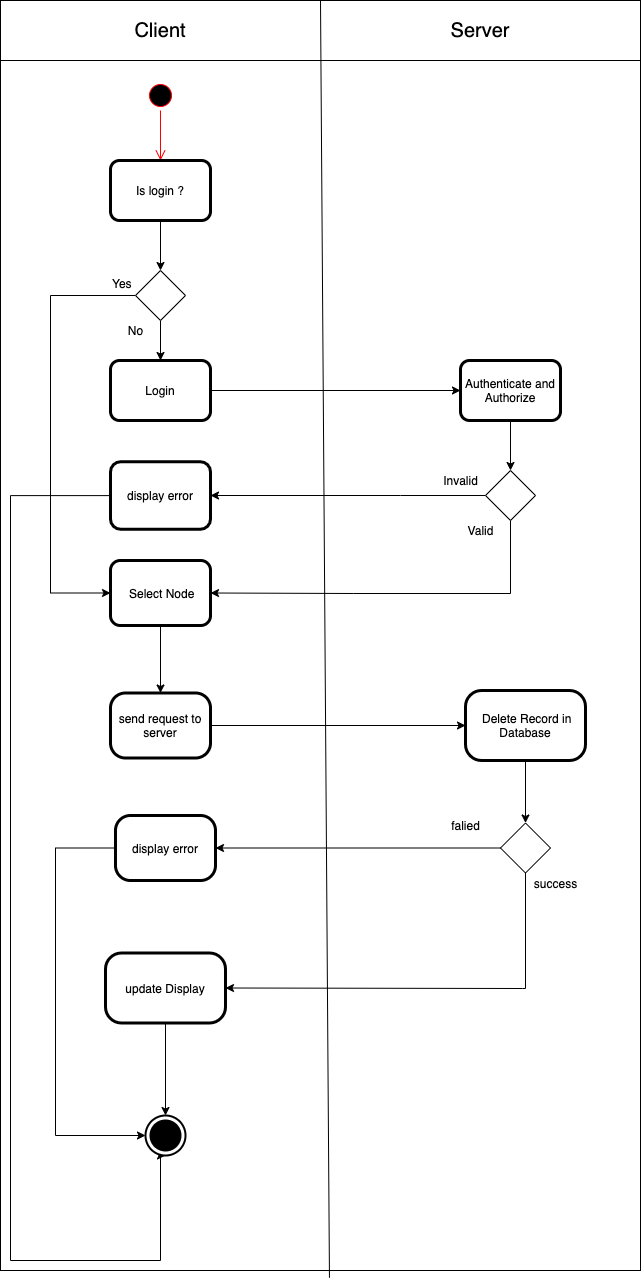
Above: org_chart_activity_delete.png in 1552134/org_chart_diagram (draw.io), before the change. Source tidied: cells renumbered, new cells last; positions are measured from the earlier drawing's top-left corner, leaving out a move shared by most shapes.
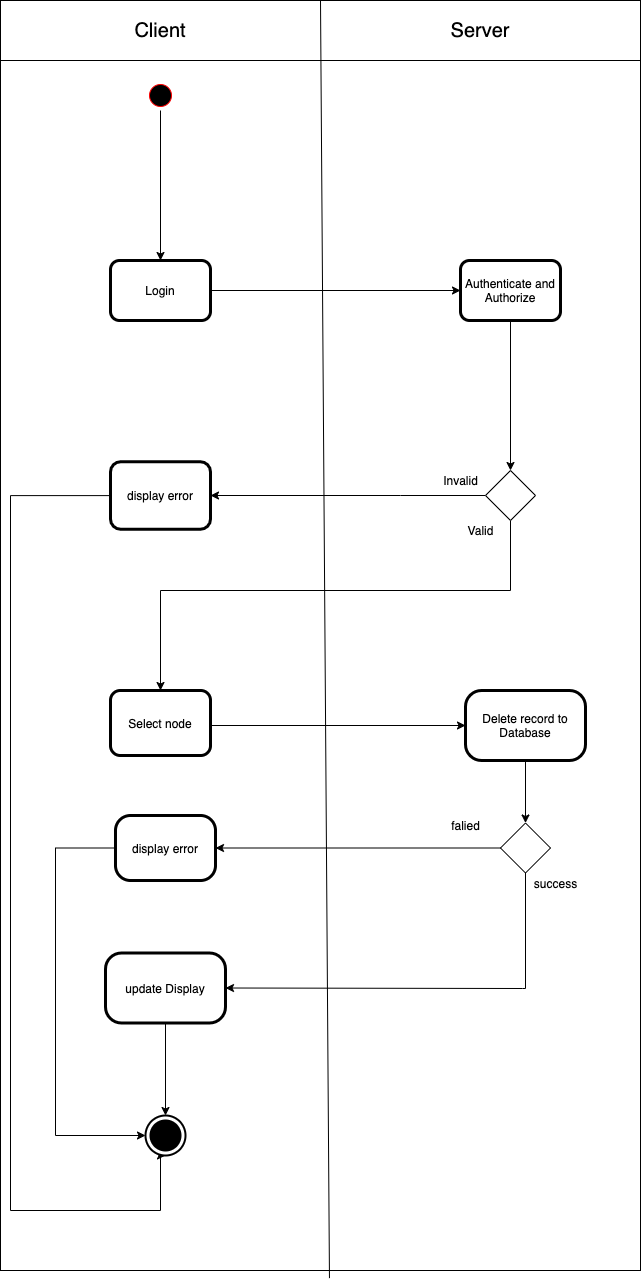
Above is the later version.

Commit message:
org_chart_v2

What changed in the source:
```diff
@@ -3,57 +3,38 @@
     <mxCell id="0" />
     <mxCell id="1" parent="0" />
     <mxCell id="2" style="html=1;dashed=0;whitespace=wrap;" parent="1" vertex="1">
-      <mxGeometry y="60" width="640" height="1210" as="geometry" />
+      <mxGeometry width="640" height="1270" as="geometry" />
     </mxCell>
+    <mxCell id="43" style="edgeStyle=orthogonalEdgeStyle;rounded=0;jettySize=auto;html=1;entryX=0.5;entryY=0;entryDx=0;entryDy=0;" parent="1" edge="1" source="3" target="13">
+      <mxGeometry relative="1" as="geometry" />
+    </mxCell>
     <mxCell id="3" style="ellipse;html=1;shape=startState;fillColor=#000000;strokeColor=#ff0000;" parent="1" vertex="1">
       <mxGeometry x="145" y="80" width="30" height="30" as="geometry" />
     </mxCell>
-    <mxCell id="4" style="edgeStyle=orthogonalEdgeStyle;html=1;verticalAlign=bottom;endArrow=open;endSize=8;strokeColor=#ff0000;entryX=0.5;entryY=0;entryDx=0;entryDy=0;" parent="1" edge="1" source="3" target="6">
-      <mxGeometry relative="1" as="geometry" />
-    </mxCell>
-    <mxCell id="5" style="edgeStyle=orthogonalEdgeStyle;rounded=0;jettySize=auto;html=1;entryX=0.5;entryY=0;entryDx=0;entryDy=0;" parent="1" edge="1" source="6" target="11">
-      <mxGeometry relative="1" as="geometry" />
-    </mxCell>
-    <mxCell id="6" value="Is login ?" style="shape=ext;rounded=1;html=1;whiteSpace=wrap;strokeWidth=3;" parent="1" vertex="1">
-      <mxGeometry x="110" y="160" width="100" height="60" as="geometry" />
-    </mxCell>
     <mxCell id="7" style="edgeStyle=orthogonalEdgeStyle;rounded=0;jettySize=auto;html=1;entryX=0.5;entryY=1;entryDx=0;entryDy=0;entryPerimeter=0;" parent="1" edge="1" source="8" target="30">
       <mxGeometry relative="1" as="geometry">
         <Array as="points">
           <mxPoint x="10" y="495" />
-          <mxPoint x="10" y="1260" />
-          <mxPoint x="160" y="1260" />
+          <mxPoint x="10" y="1210" />
+          <mxPoint x="160" y="1210" />
+          <mxPoint x="160" y="1155" />
         </Array>
       </mxGeometry>
     </mxCell>
     <mxCell id="8" value="display error" style="shape=ext;rounded=1;html=1;whiteSpace=wrap;strokeWidth=3;" parent="1" vertex="1">
       <mxGeometry x="110" y="461.2" width="100" height="67.5" as="geometry" />
     </mxCell>
-    <mxCell id="9" style="edgeStyle=orthogonalEdgeStyle;rounded=0;jettySize=auto;html=1;entryX=0.5;entryY=0;entryDx=0;entryDy=0;" parent="1" edge="1" source="11" target="13">
-      <mxGeometry relative="1" as="geometry" />
-    </mxCell>
-    <mxCell id="10" style="edgeStyle=orthogonalEdgeStyle;rounded=0;jettySize=auto;html=1;entryX=0;entryY=0.5;entryDx=0;entryDy=0;" parent="1" edge="1" source="11" target="29">
-      <mxGeometry relative="1" as="geometry">
-        <Array as="points">
-          <mxPoint x="50" y="295" />
-          <mxPoint x="50" y="593" />
-        </Array>
-      </mxGeometry>
-    </mxCell>
-    <mxCell id="11" style="rhombus;whiteSpace=wrap;html=1;" parent="1" vertex="1">
-      <mxGeometry x="135" y="270" width="50" height="50" as="geometry" />
-    </mxCell>
     <mxCell id="12" style="edgeStyle=orthogonalEdgeStyle;rounded=0;jettySize=auto;html=1;" parent="1" edge="1" source="13" target="15">
       <mxGeometry relative="1" as="geometry" />
     </mxCell>
     <mxCell id="13" value="Login" style="shape=ext;rounded=1;html=1;whiteSpace=wrap;strokeWidth=3;" parent="1" vertex="1">
-      <mxGeometry x="110" y="360" width="100" height="60" as="geometry" />
+      <mxGeometry x="110" y="260" width="100" height="60" as="geometry" />
     </mxCell>
     <mxCell id="14" style="edgeStyle=orthogonalEdgeStyle;rounded=0;jettySize=auto;html=1;entryX=0.5;entryY=0;entryDx=0;entryDy=0;" parent="1" edge="1" source="15" target="18">
       <mxGeometry relative="1" as="geometry" />
     </mxCell>
     <mxCell id="15" value="Authenticate and Authorize" style="shape=ext;rounded=1;html=1;whiteSpace=wrap;strokeWidth=3;" parent="1" vertex="1">
-      <mxGeometry x="460" y="360" width="100" height="60" as="geometry" />
+      <mxGeometry x="460" y="260" width="100" height="60" as="geometry" />
     </mxCell>
     <mxCell id="16" style="edgeStyle=orthogonalEdgeStyle;rounded=0;jettySize=auto;html=1;entryX=1;entryY=0.5;entryDx=0;entryDy=0;" parent="1" edge="1" source="18" target="8">
       <mxGeometry relative="1" as="geometry">
@@ -63,27 +44,26 @@
         </Array>
       </mxGeometry>
     </mxCell>
-    <mxCell id="17" style="edgeStyle=orthogonalEdgeStyle;rounded=0;jettySize=auto;html=1;entryX=1;entryY=0.5;entryDx=0;entryDy=0;" parent="1" edge="1" source="18" target="29">
+    <mxCell id="17" style="edgeStyle=orthogonalEdgeStyle;rounded=0;jettySize=auto;html=1;entryX=0.5;entryY=0;entryDx=0;entryDy=0;" parent="1" edge="1" source="18" target="29">
       <mxGeometry relative="1" as="geometry">
         <Array as="points">
-          <mxPoint x="510" y="593" />
-          <mxPoint x="353" y="593" />
+          <mxPoint x="510" y="590" />
+          <mxPoint x="160" y="590" />
         </Array>
       </mxGeometry>
     </mxCell>
     <mxCell id="18" style="rhombus;whiteSpace=wrap;html=1;" parent="1" vertex="1">
       <mxGeometry x="485" y="470" width="50" height="50" as="geometry" />
     </mxCell>
-    <mxCell id="19" style="edgeStyle=orthogonalEdgeStyle;rounded=0;jettySize=auto;html=1;entryX=0;entryY=0.5;entryDx=0;entryDy=0;" parent="1" edge="1" source="20" target="22">
-      <mxGeometry relative="1" as="geometry" />
+    <mxCell id="19" style="edgeStyle=orthogonalEdgeStyle;rounded=0;jettySize=auto;html=1;entryX=0;entryY=0.5;entryDx=0;entryDy=0;" parent="1" edge="1" target="22">
+      <mxGeometry relative="1" as="geometry">
+        <mxPoint x="210" y="725" as="sourcePoint" />
+      </mxGeometry>
     </mxCell>
-    <mxCell id="20" value="send request to server" style="shape=ext;rounded=1;html=1;whiteSpace=wrap;strokeWidth=3;arcSize=23;" parent="1" vertex="1">
-      <mxGeometry x="110" y="692.5" width="100" height="65" as="geometry" />
-    </mxCell>
     <mxCell id="21" style="edgeStyle=orthogonalEdgeStyle;rounded=0;jettySize=auto;html=1;entryX=0.5;entryY=0;entryDx=0;entryDy=0;" parent="1" edge="1" source="22" target="24">
       <mxGeometry relative="1" as="geometry" />
     </mxCell>
-    <mxCell id="22" value="&amp;nbsp;Delete Record in Database" style="shape=ext;rounded=1;html=1;whiteSpace=wrap;strokeWidth=3;arcSize=23;" parent="1" vertex="1">
+    <mxCell id="22" value="Delete record to Database" style="shape=ext;rounded=1;html=1;whiteSpace=wrap;strokeWidth=3;arcSize=23;" parent="1" vertex="1">
       <mxGeometry x="465" y="690" width="120" height="70" as="geometry" />
     </mxCell>
     <mxCell id="23" style="edgeStyle=orthogonalEdgeStyle;rounded=0;jettySize=auto;html=1;entryX=1;entryY=0.5;entryDx=0;entryDy=0;" parent="1" edge="1" source="24" target="26">
@@ -111,11 +91,8 @@
         </Array>
       </mxGeometry>
     </mxCell>
-    <mxCell id="28" style="edgeStyle=orthogonalEdgeStyle;rounded=0;jettySize=auto;html=1;entryX=0.5;entryY=0;entryDx=0;entryDy=0;" parent="1" edge="1" source="29" target="20">
-      <mxGeometry relative="1" as="geometry" />
-    </mxCell>
-    <mxCell id="29" value="&amp;nbsp;Select Node" style="shape=ext;rounded=1;html=1;whiteSpace=wrap;strokeWidth=3;" parent="1" vertex="1">
-      <mxGeometry x="110" y="560" width="100" height="65" as="geometry" />
+    <mxCell id="29" value="Select node" style="shape=ext;rounded=1;html=1;whiteSpace=wrap;strokeWidth=3;" parent="1" vertex="1">
+      <mxGeometry x="110" y="690" width="100" height="65" as="geometry" />
     </mxCell>
     <mxCell id="30" style="html=1;shape=mxgraph.sysml.actFinal;strokeWidth=2;verticalLabelPosition=bottom;verticalAlignment=top;" parent="1" vertex="1">
       <mxGeometry x="145" y="1115" width="40" height="40" as="geometry" />
@@ -138,12 +115,6 @@
     <mxCell id="36" value="falied" style="text;html=1;align=center;verticalAlign=middle;" parent="1" vertex="1">
       <mxGeometry x="445" y="815" width="40" height="20" as="geometry" />
     </mxCell>
-    <mxCell id="37" value="No" style="text;html=1;align=center;verticalAlign=middle;" parent="1" vertex="1">
-      <mxGeometry x="120" y="320" width="30" height="20" as="geometry" />
-    </mxCell>
-    <mxCell id="38" value="&lt;div style=&quot;text-align: center&quot;&gt;&lt;span&gt;&lt;font face=&quot;helvetica&quot;&gt;Yes&lt;/font&gt;&lt;/span&gt;&lt;/div&gt;" style="text;whiteSpace=wrap;html=1;" parent="1" vertex="1">
-      <mxGeometry x="110" y="270" width="40" height="30" as="geometry" />
-    </mxCell>
     <mxCell id="39" style="rounded=0;whiteSpace=wrap;html=1;" parent="1" vertex="1">
       <mxGeometry width="640" height="60" as="geometry" />
     </mxCell>
```
